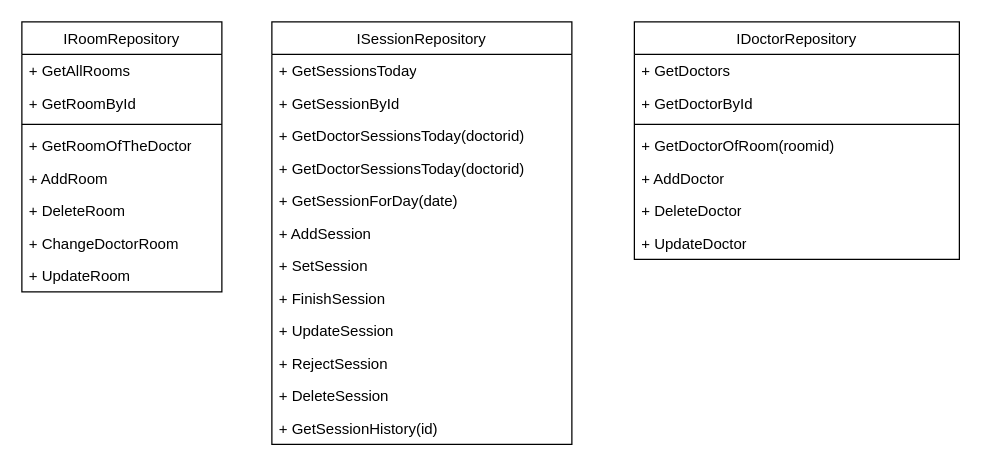
Before: diagrams/Repositories.drawio in Azero77/PrivateClinicalSystem, a draw.io diagram. Source tidied: cells renumbered, new cells numbered last; positions are measured from the earlier drawing's top-left corner, leaving out a move shared by most shapes. Both pictures are drawn from the tidied source at 125%, with x=0, y=0 at pixel (21, 21).
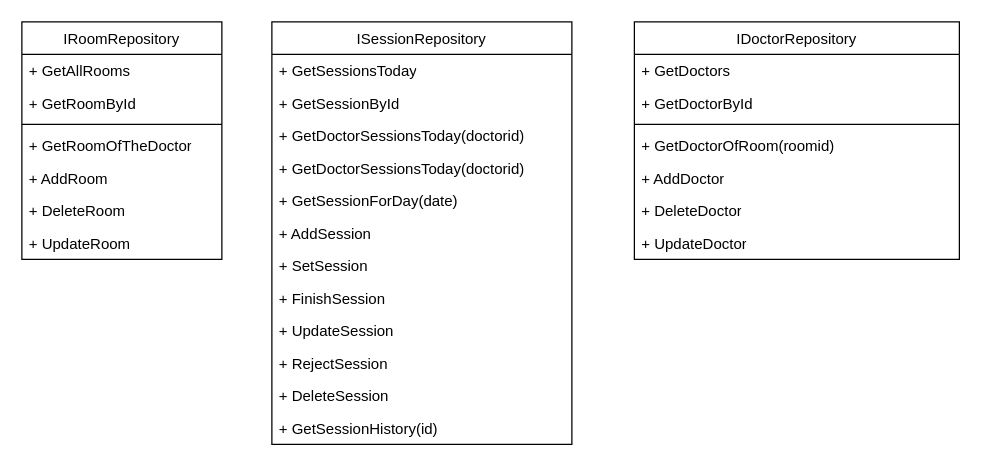
The same page after the edit.

What changed in the source:
```diff
@@
     <mxCell id="2" value="&lt;span style=&quot;font-weight: 400;&quot;&gt;IRoomRepository&lt;/span&gt;" style="swimlane;fontStyle=1;align=center;verticalAlign=top;horizontal=1;startSize=26;whiteSpace=wrap;html=1;" parent="1" vertex="1">
-      <mxGeometry width="160" height="216" as="geometry" />
+      <mxGeometry width="160" height="190" as="geometry" />
     </mxCell>
@@
-    <mxCell id="9" value="+ ChangeDoctorRoom" style="text;strokeColor=none;fillColor=none;align=left;verticalAlign=top;spacingLeft=4;spacingRight=4;overflow=hidden;whiteSpace=wrap;html=1;" parent="2" vertex="1">
-      <mxGeometry y="164" width="160" height="26" as="geometry" />
-    </mxCell>
     <mxCell id="10" value="+ UpdateRoom" style="text;strokeColor=none;fillColor=none;align=left;verticalAlign=top;spacingLeft=4;spacingRight=4;overflow=hidden;whiteSpace=wrap;html=1;" parent="2" vertex="1">
-      <mxGeometry y="190" width="160" height="26" as="geometry" />
+      <mxGeometry y="164" width="160" height="26" as="geometry" />
     </mxCell>
```
